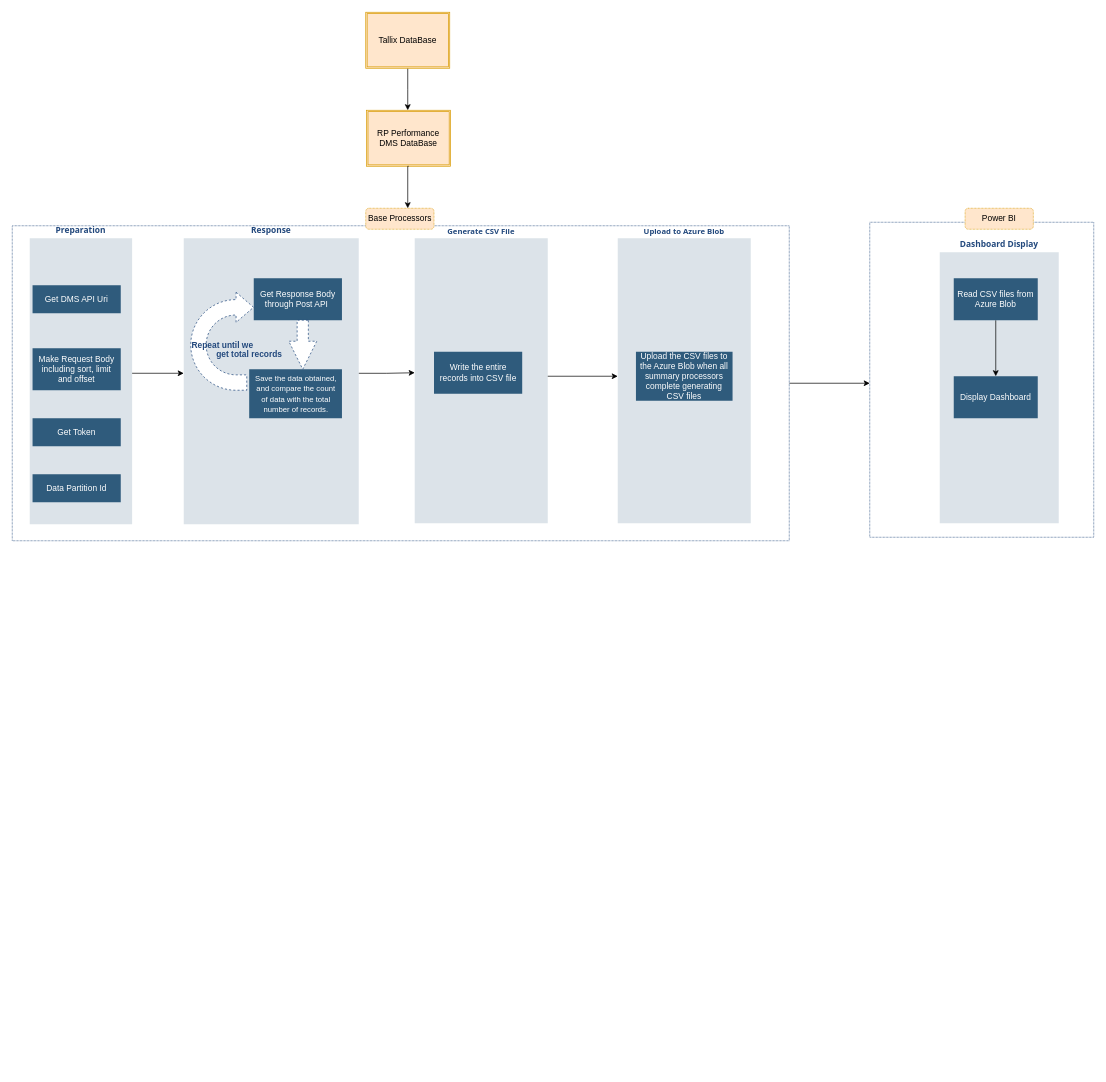
The draw.io diagram data resource.drawio in hellobinrui/ExpenseRecord, before the edit. Source tidied: cells renumbered, new cells numbered last; positions are measured from the earlier drawing's top-left corner, leaving out a move shared by most shapes. Both pictures are drawn from the tidied source at 70%, with x=0, y=0 at pixel (12, 12).
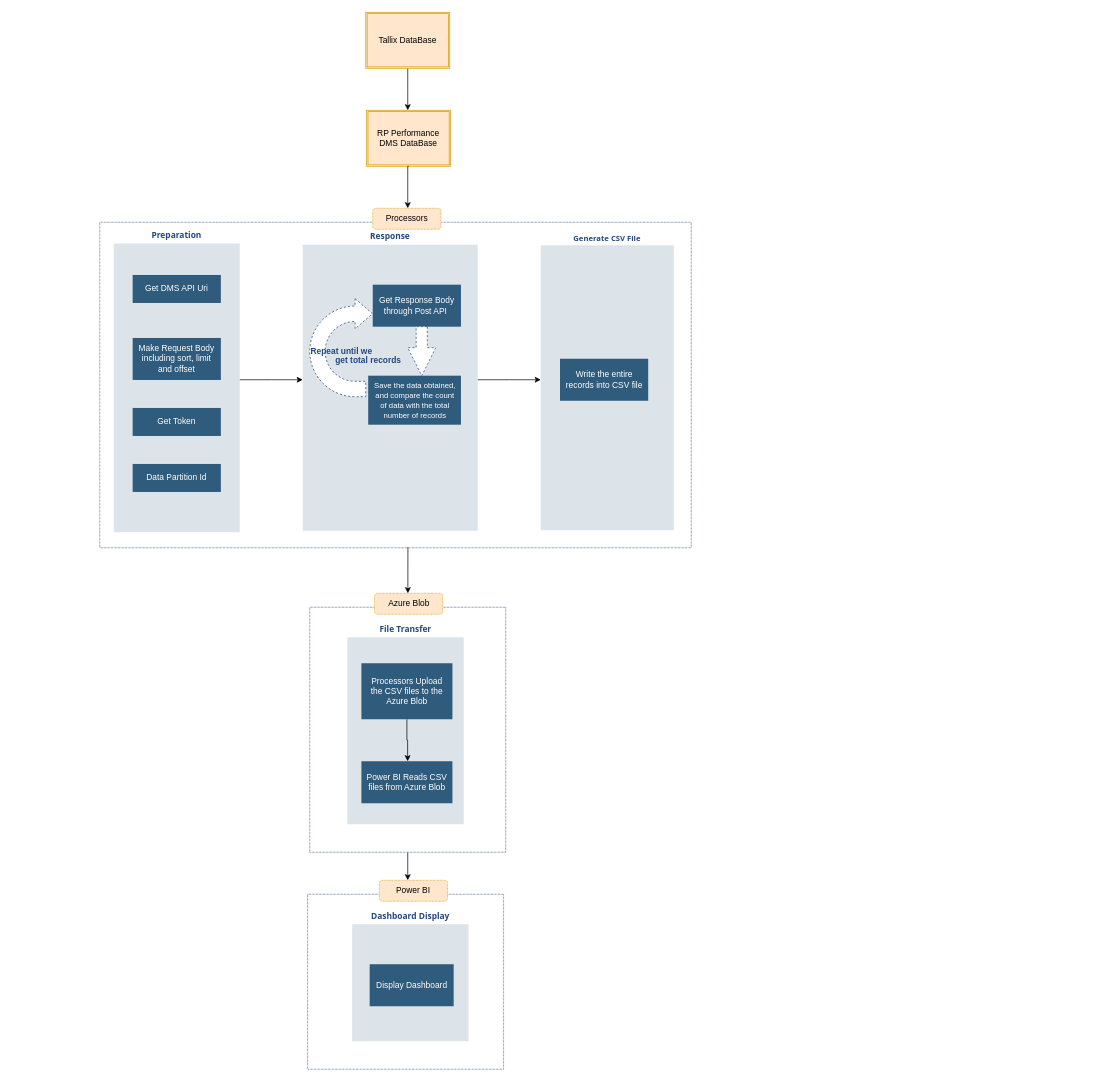
Above is the later version.

What changed in the source:
```diff
@@
-    <mxCell id="2" style="edgeStyle=orthogonalEdgeStyle;rounded=0;jettySize=auto;html=1;fontSize=11;fontColor=#23497D;" parent="1" edge="1" source="3" target="19">
-      <mxGeometry relative="1" as="geometry">
-        <Array as="points">
-          <mxPoint x="1225" y="530" />
-          <mxPoint x="1225" y="530" />
-        </Array>
-      </mxGeometry>
-    </mxCell>
     <mxCell id="3" style="rounded=0;whiteSpace=wrap;html=1;dashed=1;dashPattern=1 1;fillColor=#FFFFFF;strokeColor=#23497D;" parent="1" vertex="1">
-      <mxGeometry y="305" width="1110" height="450" as="geometry" />
+      <mxGeometry x="125" y="300" width="845" height="465" as="geometry" />
     </mxCell>
@@
     <mxCell id="5" value="&lt;font color=&quot;#23497d&quot;&gt;Preparation&lt;/font&gt;" style="swimlane;whiteSpace=wrap;fillColor=none;swimlaneFillColor=#BAC8D3;fontColor=#2F5B7C;fontFamily=Tahoma;html=1;strokeColor=none;opacity=50;" parent="1" vertex="1">
-      <mxGeometry x="25" y="300" width="146.2" height="431.5" as="geometry" />
+      <mxGeometry x="145" y="307.3" width="180" height="435.4" as="geometry" />
     </mxCell>
     <mxCell id="6" value="Get DMS API Uri" style="whiteSpace=wrap;shadow=0;fontColor=#FFFFFF;fontFamily=Helvetica;fontStyle=0;html=1;fontSize=12;plain-purple;strokeColor=none;fillColor=#2f5b7c;gradientColor=none;spacing=6;verticalAlign=middle;" parent="5" vertex="1">
-      <mxGeometry x="4" y="90" width="126" height="40" as="geometry" />
+      <mxGeometry x="27" y="68" width="126" height="40" as="geometry" />
     </mxCell>
     <mxCell id="7" value="Make Request Body including sort, limit and offset" style="whiteSpace=wrap;shadow=0;fontColor=#FFFFFF;fontFamily=Helvetica;fontStyle=0;html=1;fontSize=12;plain-purple;strokeColor=none;fillColor=#2f5b7c;gradientColor=none;spacing=6;verticalAlign=middle;" parent="5" vertex="1">
-      <mxGeometry x="4" y="180" width="126" height="60" as="geometry" />
+      <mxGeometry x="27" y="158" width="126" height="60" as="geometry" />
     </mxCell>
     <mxCell id="8" value="Get Token" style="whiteSpace=wrap;shadow=0;fontColor=#FFFFFF;fontFamily=Helvetica;fontStyle=0;html=1;fontSize=12;plain-purple;strokeColor=none;fillColor=#2f5b7c;gradientColor=none;spacing=6;verticalAlign=middle;" parent="5" vertex="1">
-      <mxGeometry x="4" y="280" width="126" height="40" as="geometry" />
+      <mxGeometry x="27" y="258" width="126" height="40" as="geometry" />
     </mxCell>
     <mxCell id="9" value="Data Partition Id" style="whiteSpace=wrap;shadow=0;fontColor=#FFFFFF;fontFamily=Helvetica;fontStyle=0;html=1;fontSize=12;plain-purple;strokeColor=none;fillColor=#2f5b7c;gradientColor=none;spacing=6;verticalAlign=middle;" parent="5" vertex="1">
-      <mxGeometry x="4" y="360" width="126" height="40" as="geometry" />
+      <mxGeometry x="27" y="338" width="126" height="40" as="geometry" />
     </mxCell>
@@
     <mxCell id="11" value="&lt;font color=&quot;#23497d&quot;&gt;Response&lt;/font&gt;" style="swimlane;whiteSpace=wrap;fillColor=none;swimlaneFillColor=#BAC8D3;fontColor=#FFFFFF;fontFamily=Tahoma;html=1;strokeColor=none;opacity=50;startSize=23;" parent="1" vertex="1">
-      <mxGeometry x="245" y="300" width="250" height="431.5" as="geometry" />
+      <mxGeometry x="415" y="309.2" width="250" height="431.5" as="geometry" />
     </mxCell>
@@
-    <mxCell id="13" value="&lt;font style=&quot;font-size: 11px;&quot;&gt;Save the data obtained, and compare the count of data with the total number of records.&lt;/font&gt;" style="whiteSpace=wrap;shadow=0;fontColor=#FFFFFF;fontFamily=Helvetica;fontStyle=0;html=1;fontSize=12;plain-purple;strokeColor=none;fillColor=#2f5b7c;gradientColor=none;spacing=6;verticalAlign=middle;" parent="11" vertex="1">
+    <mxCell id="13" value="&lt;font style=&quot;font-size: 11px;&quot;&gt;Save the data obtained, and compare the count of data with the total number of records&lt;/font&gt;" style="whiteSpace=wrap;shadow=0;fontColor=#FFFFFF;fontFamily=Helvetica;fontStyle=0;html=1;fontSize=12;plain-purple;strokeColor=none;fillColor=#2f5b7c;gradientColor=none;spacing=6;verticalAlign=middle;" parent="11" vertex="1">
       <mxGeometry x="93.5" y="210" width="132.5" height="70" as="geometry" />
     </mxCell>
@@
     <mxCell id="16" value="&lt;font color=&quot;#23497d&quot;&gt;Generate CSV File&lt;/font&gt;" style="swimlane;whiteSpace=wrap;fillColor=none;swimlaneFillColor=#BAC8D3;fontColor=#B266FF;fontFamily=Tahoma;html=1;strokeColor=none;opacity=50;startSize=23;fontSize=11;" parent="1" vertex="1">
-      <mxGeometry x="575" y="300" width="190" height="430" as="geometry" />
+      <mxGeometry x="755" y="310" width="190" height="430" as="geometry" />
     </mxCell>
@@
-    <mxCell id="18" value="Base Processors" style="rounded=1;whiteSpace=wrap;html=1;dashed=1;dashPattern=1 1;fillColor=#ffe6cc;strokeColor=#d79b00;" parent="16" vertex="1">
-      <mxGeometry x="-70" y="-20" width="97.5" height="30" as="geometry" />
-    </mxCell>
-    <mxCell id="19" style="rounded=0;whiteSpace=wrap;html=1;dashed=1;dashPattern=1 1;fillColor=#FFFFFF;strokeColor=#23497D;" parent="1" vertex="1">
-      <mxGeometry x="1225" y="300" width="320" height="450" as="geometry" />
-    </mxCell>
-    <mxCell id="20" value="Power BI" style="rounded=1;whiteSpace=wrap;html=1;dashed=1;dashPattern=1 1;fillColor=#ffe6cc;strokeColor=#d79b00;" parent="1" vertex="1">
-      <mxGeometry x="1361.2" y="280" width="97.5" height="30" as="geometry" />
-    </mxCell>
-    <mxCell id="21" value="&lt;font color=&quot;#23497d&quot;&gt;Dashboard Display&lt;/font&gt;" style="swimlane;whiteSpace=wrap;fillColor=none;swimlaneFillColor=#BAC8D3;fontColor=#2F5B7C;fontFamily=Tahoma;html=1;strokeColor=none;opacity=50;" parent="1" vertex="1">
-      <mxGeometry x="1325" y="320" width="170" height="410" as="geometry" />
-    </mxCell>
-    <mxCell id="22" style="edgeStyle=orthogonalEdgeStyle;rounded=0;jettySize=auto;html=1;fontSize=11;fontColor=#23497D;" parent="21" edge="1" source="23" target="24">
-      <mxGeometry relative="1" as="geometry" />
-    </mxCell>
-    <mxCell id="23" value="Read CSV files from Azure Blob" style="whiteSpace=wrap;shadow=0;fontColor=#FFFFFF;fontFamily=Helvetica;fontStyle=0;html=1;fontSize=12;plain-purple;strokeColor=none;fillColor=#2f5b7c;gradientColor=none;spacing=6;verticalAlign=middle;" parent="21" vertex="1">
-      <mxGeometry x="20" y="60" width="120" height="60" as="geometry" />
-    </mxCell>
-    <mxCell id="24" value="Display Dashboard" style="whiteSpace=wrap;shadow=0;fontColor=#FFFFFF;fontFamily=Helvetica;fontStyle=0;html=1;fontSize=12;plain-purple;strokeColor=none;fillColor=#2f5b7c;gradientColor=none;spacing=6;verticalAlign=middle;" parent="21" vertex="1">
-      <mxGeometry x="20" y="200" width="120" height="60" as="geometry" />
-    </mxCell>
@@
-    <mxCell id="29" value="&lt;font color=&quot;#23497d&quot;&gt;Upload to Azure Blob&lt;/font&gt;" style="swimlane;whiteSpace=wrap;fillColor=none;swimlaneFillColor=#BAC8D3;fontColor=#23497D;fontFamily=Tahoma;html=1;strokeColor=none;opacity=50;startSize=23;fontSize=11;" parent="1" vertex="1">
-      <mxGeometry x="865" y="300" width="190" height="430" as="geometry" />
-    </mxCell>
-    <mxCell id="30" value="Upload the CSV files to the Azure Blob when all summary processors complete generating CSV files" style="whiteSpace=wrap;shadow=0;fontColor=#FFFFFF;fontFamily=Helvetica;fontStyle=0;html=1;fontSize=12;plain-purple;strokeColor=none;fillColor=#2f5b7c;gradientColor=none;spacing=6;verticalAlign=middle;" parent="29" vertex="1">
-      <mxGeometry x="26" y="185" width="138" height="70" as="geometry" />
-    </mxCell>
-    <mxCell id="31" style="endArrow=classic;html=1;rounded=0;fontSize=11;fontColor=#23497D;" parent="1" edge="1">
-      <mxGeometry relative="1" as="geometry">
-        <mxPoint x="765" y="520" as="sourcePoint" />
-        <mxPoint x="865" y="520" as="targetPoint" />
-      </mxGeometry>
-    </mxCell>
+    <mxCell id="32" style="edgeStyle=orthogonalEdgeStyle;rounded=0;jettySize=auto;html=1;fontSize=11;fontColor=#23497D;" parent="1" edge="1" source="33" target="20">
+      <mxGeometry relative="1" as="geometry">
+        <Array as="points">
+          <mxPoint x="565" y="1230" />
+          <mxPoint x="565" y="1230" />
+        </Array>
+      </mxGeometry>
+    </mxCell>
+    <mxCell id="33" style="rounded=0;whiteSpace=wrap;html=1;dashed=1;dashPattern=1 1;fillColor=#FFFFFF;strokeColor=#23497D;" parent="1" vertex="1">
+      <mxGeometry x="425" y="850" width="280" height="350" as="geometry" />
+    </mxCell>
+    <mxCell id="34" value="Azure Blob" style="rounded=1;whiteSpace=wrap;html=1;dashed=1;dashPattern=1 1;fillColor=#ffe6cc;strokeColor=#d79b00;" parent="1" vertex="1">
+      <mxGeometry x="517.5" y="830" width="97.5" height="30" as="geometry" />
+    </mxCell>
+    <mxCell id="35" value="&lt;font color=&quot;#23497d&quot;&gt;File Transfer&lt;/font&gt;" style="swimlane;whiteSpace=wrap;fillColor=none;swimlaneFillColor=#BAC8D3;fontColor=#2F5B7C;fontFamily=Tahoma;html=1;strokeColor=none;opacity=50;" parent="1" vertex="1">
+      <mxGeometry x="478.8" y="870" width="166.2" height="290" as="geometry" />
+    </mxCell>
+    <mxCell id="36" style="edgeStyle=orthogonalEdgeStyle;rounded=0;jettySize=auto;html=1;fontSize=11;fontColor=#23497D;" parent="35" edge="1" source="37" target="38">
+      <mxGeometry relative="1" as="geometry">
+        <Array as="points">
+          <mxPoint x="85" y="170" />
+          <mxPoint x="86" y="170" />
+        </Array>
+      </mxGeometry>
+    </mxCell>
+    <mxCell id="37" value="Processors Upload the CSV files to the Azure Blob" style="whiteSpace=wrap;shadow=0;fontColor=#FFFFFF;fontFamily=Helvetica;fontStyle=0;html=1;fontSize=12;plain-purple;strokeColor=none;fillColor=#2f5b7c;gradientColor=none;spacing=6;verticalAlign=middle;" parent="35" vertex="1">
+      <mxGeometry x="20" y="60" width="130" height="80" as="geometry" />
+    </mxCell>
+    <mxCell id="38" value="Power BI Reads CSV files from Azure Blob" style="whiteSpace=wrap;shadow=0;fontColor=#FFFFFF;fontFamily=Helvetica;fontStyle=0;html=1;fontSize=12;plain-purple;strokeColor=none;fillColor=#2f5b7c;gradientColor=none;spacing=6;verticalAlign=middle;" parent="35" vertex="1">
+      <mxGeometry x="20" y="200" width="130" height="60" as="geometry" />
+    </mxCell>
+    <mxCell id="39" style="edgeStyle=orthogonalEdgeStyle;rounded=0;jettySize=auto;html=1;fontSize=11;fontColor=#23497D;exitX=0.521;exitY=0.998;exitDx=0;exitDy=0;exitPerimeter=0;" parent="1" edge="1" source="3">
+      <mxGeometry relative="1" as="geometry">
+        <mxPoint x="565.2" y="830" as="targetPoint" />
+      </mxGeometry>
+    </mxCell>
+    <mxCell id="18" value="Processors" style="rounded=1;whiteSpace=wrap;html=1;dashed=1;dashPattern=1 1;fillColor=#ffe6cc;strokeColor=#d79b00;" parent="1" vertex="1">
+      <mxGeometry x="515" y="280" width="97.5" height="30" as="geometry" />
+    </mxCell>
+    <mxCell id="40" style="rounded=0;whiteSpace=wrap;html=1;dashed=1;dashPattern=1 1;fillColor=#FFFFFF;strokeColor=#23497D;" parent="1" vertex="1">
+      <mxGeometry x="421.9" y="1260" width="280" height="250" as="geometry" />
+    </mxCell>
+    <mxCell id="20" value="Power BI" style="rounded=1;whiteSpace=wrap;html=1;dashed=1;dashPattern=1 1;fillColor=#ffe6cc;strokeColor=#d79b00;" parent="1" vertex="1">
+      <mxGeometry x="524.4" y="1240" width="97.5" height="30" as="geometry" />
+    </mxCell>
+    <mxCell id="21" value="&lt;font color=&quot;#23497d&quot;&gt;Dashboard Display&lt;/font&gt;" style="swimlane;whiteSpace=wrap;fillColor=none;swimlaneFillColor=#BAC8D3;fontColor=#2F5B7C;fontFamily=Tahoma;html=1;strokeColor=none;opacity=50;" parent="1" vertex="1">
+      <mxGeometry x="485.6" y="1280" width="166.2" height="190" as="geometry" />
+    </mxCell>
+    <mxCell id="24" value="Display Dashboard" style="whiteSpace=wrap;shadow=0;fontColor=#FFFFFF;fontFamily=Helvetica;fontStyle=0;html=1;fontSize=12;plain-purple;strokeColor=none;fillColor=#2f5b7c;gradientColor=none;spacing=6;verticalAlign=middle;" parent="21" vertex="1">
+      <mxGeometry x="25" y="80" width="120" height="60" as="geometry" />
+    </mxCell>
```
